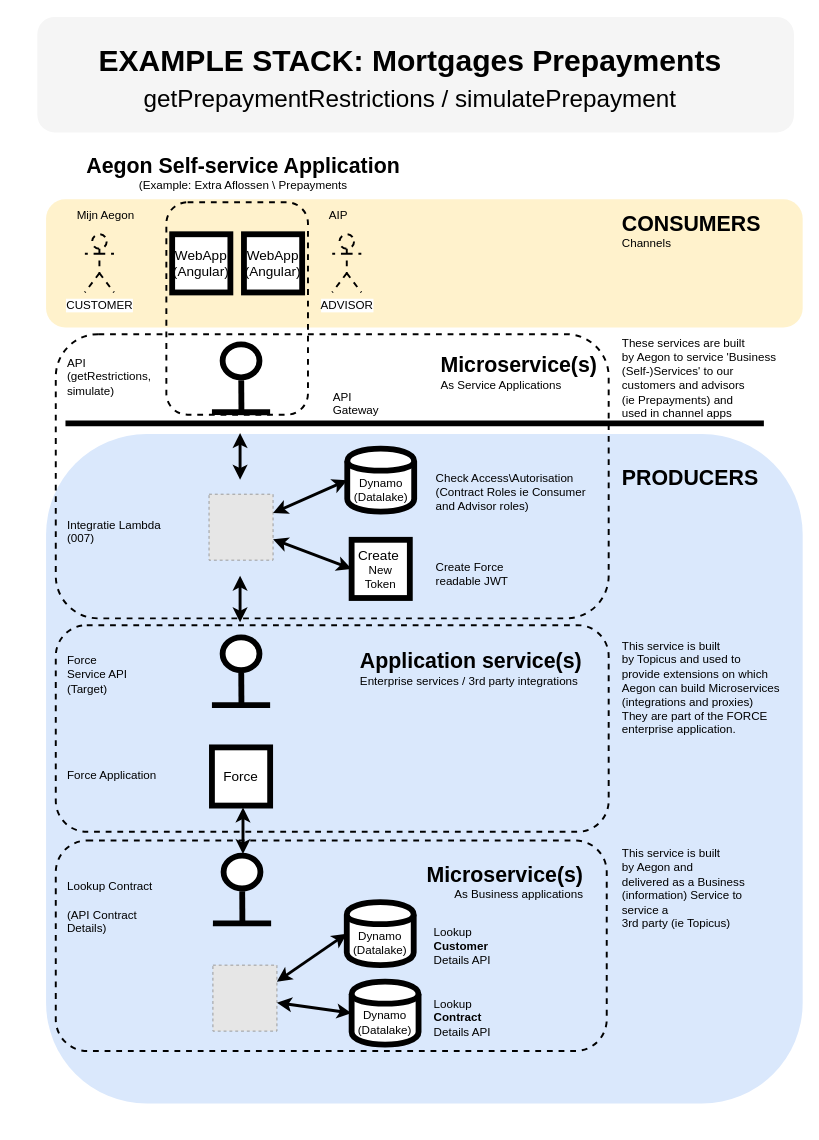
luchthandel/diagrams keeps this draw.io diagram as apis_in_remedy.drawio. Above is the earlier version. Source tidied: cells renumbered, new cells numbered last; positions are measured from the earlier drawing's top-left corner, leaving out a move shared by most shapes. Both pictures are drawn from the tidied source at 97%, with x=0, y=0 at pixel (16, 16). Pictures stored in the file or linked from it are replaced by grey dashed boxes.
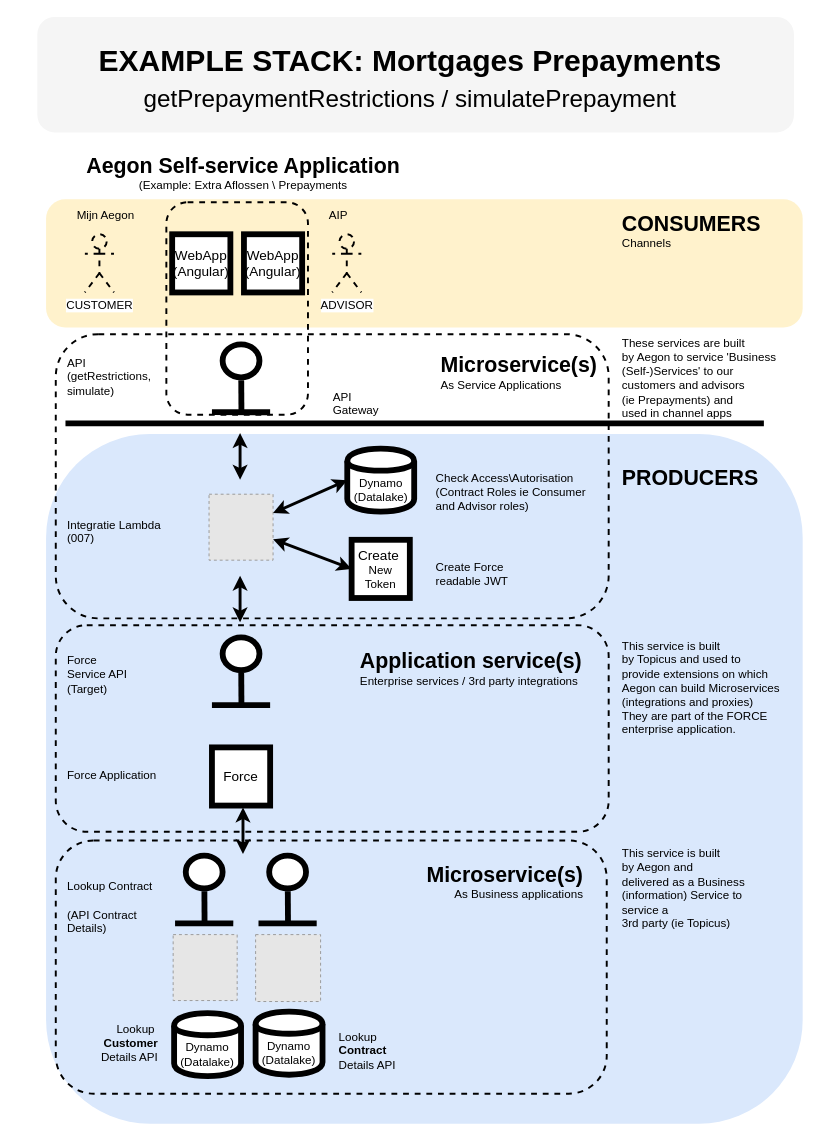
After the change.

Change to the diagram source:
```diff
@@
     <mxCell id="2" style="rounded=1;whiteSpace=wrap;html=1;strokeWidth=6;fillColor=#dae8fc;strokeColor=none;" parent="1" vertex="1">
-      <mxGeometry x="30" y="430" width="780" height="690" as="geometry" />
+      <mxGeometry x="30" y="430" width="780" height="711" as="geometry" />
     </mxCell>
+    <mxCell id="62" style="fillColor=#E6E6E6;strokeColor=#999999;dashed=1;verticalLabelPosition=bottom;labelBackgroundColor=#ffffff;verticalAlign=top;" parent="1" vertex="1">
+      <mxGeometry x="246" y="946" width="67" height="69" as="geometry" />
+    </mxCell>
     <mxCell id="3" style="rounded=1;whiteSpace=wrap;html=1;strokeWidth=2;dashed=1;strokeColor=#000000;fillColor=none;" parent="1" vertex="1">
-      <mxGeometry x="40" y="849" width="568" height="217" as="geometry" />
+      <mxGeometry x="40" y="849" width="568" height="261" as="geometry" />
     </mxCell>
@@
     <mxCell id="18" style="fillColor=#E6E6E6;strokeColor=#999999;dashed=1;verticalLabelPosition=bottom;labelBackgroundColor=#ffffff;verticalAlign=top;" parent="1" vertex="1">
-      <mxGeometry x="202" y="977.5" width="66" height="68" as="geometry" />
+      <mxGeometry x="161" y="946" width="66" height="68" as="geometry" />
     </mxCell>
     <mxCell id="19" value="Dynamo&lt;br&gt;(Datalake)&lt;br&gt;" style="shape=cylinder;whiteSpace=wrap;html=1;boundedLbl=1;backgroundOutline=1;strokeWidth=6;" parent="1" vertex="1">
-      <mxGeometry x="345" y="994.5" width="69" height="65" as="geometry" />
+      <mxGeometry x="162" y="1027" width="69" height="65" as="geometry" />
     </mxCell>
@@
     <mxCell id="29" value="Lookup &lt;br&gt;&lt;b&gt;Contract&lt;/b&gt;&lt;br&gt;Details API&lt;br&gt;" style="text;html=1;" parent="1" vertex="1">
-      <mxGeometry x="427.5" y="1004" width="80" height="30" as="geometry" />
+      <mxGeometry x="330" y="1038" width="80" height="30" as="geometry" />
     </mxCell>
-    <mxCell id="30" style="group;strokeWidth=6;" parent="1" vertex="1">
-      <mxGeometry x="202" y="878.5" width="60" height="56" as="geometry" />
-    </mxCell>
-    <mxCell id="31" style="endArrow=none;html=1;strokeWidth=6;" parent="30" edge="1">
-      <mxGeometry relative="1" as="geometry">
-        <mxPoint x="30.4" y="55.9" as="sourcePoint" />
-        <mxPoint x="30.2" y="22.9" as="targetPoint" />
-      </mxGeometry>
-    </mxCell>
-    <mxCell id="32" style="endArrow=none;html=1;strokeWidth=6;" parent="30" edge="1">
-      <mxGeometry relative="1" as="geometry">
-        <mxPoint y="55.9" as="sourcePoint" />
-        <mxPoint x="60" y="56" as="targetPoint" />
-      </mxGeometry>
-    </mxCell>
-    <mxCell id="33" style="ellipse;whiteSpace=wrap;html=1;strokeWidth=6;fillColor=#ffffff;strokeColor=#000000;" parent="1" vertex="1">
-      <mxGeometry x="213" y="864.5" width="38" height="34" as="geometry" />
-    </mxCell>
@@
-    <mxCell id="55" style="endArrow=classic;startArrow=classic;html=1;strokeWidth=3;fontSize=5;entryX=0;entryY=0.5;entryDx=0;entryDy=0;" parent="1" edge="1" source="18" target="19">
-      <mxGeometry relative="1" as="geometry" />
-    </mxCell>
@@
-    <mxCell id="59" style="endArrow=classic;startArrow=classic;html=1;strokeWidth=3;fontSize=5;entryX=0;entryY=0.5;entryDx=0;entryDy=0;exitX=1;exitY=0.25;exitDx=0;exitDy=0;" parent="1" edge="1" source="18" target="60">
-      <mxGeometry relative="1" as="geometry" />
-    </mxCell>
     <mxCell id="60" value="Dynamo&lt;br&gt;(Datalake)&lt;br&gt;" style="shape=cylinder;whiteSpace=wrap;html=1;boundedLbl=1;backgroundOutline=1;strokeWidth=6;" parent="1" vertex="1">
-      <mxGeometry x="340" y="912.5" width="69" height="65" as="geometry" />
+      <mxGeometry x="246" y="1025.5" width="69" height="65" as="geometry" />
     </mxCell>
-    <mxCell id="61" value="Lookup &lt;br&gt;&lt;b&gt;Customer&lt;/b&gt;&lt;br&gt;Details API&lt;br&gt;" style="text;html=1;" parent="1" vertex="1">
-      <mxGeometry x="427.5" y="930" width="80" height="30" as="geometry" />
+    <mxCell id="61" value="&lt;div style=&quot;text-align: right&quot;&gt;&lt;span&gt;Lookup&amp;nbsp;&lt;/span&gt;&lt;/div&gt;&lt;b&gt;&lt;div style=&quot;text-align: right&quot;&gt;&lt;b&gt;Customer&lt;/b&gt;&lt;/div&gt;&lt;/b&gt;&lt;div style=&quot;text-align: right&quot;&gt;&lt;span&gt;Details API&lt;/span&gt;&lt;/div&gt;" style="text;html=1;" parent="1" vertex="1">
+      <mxGeometry x="85" y="1029.5" width="80" height="30" as="geometry" />
     </mxCell>
+    <mxCell id="63" style="group;" parent="1" vertex="1">
+      <mxGeometry x="249" y="864.5" width="60" height="70" as="geometry" />
+    </mxCell>
+    <mxCell id="64" style="group;strokeWidth=6;" parent="63" vertex="1">
+      <mxGeometry y="14" width="60" height="56" as="geometry" />
+    </mxCell>
+    <mxCell id="65" style="endArrow=none;html=1;strokeWidth=6;" parent="64" edge="1">
+      <mxGeometry relative="1" as="geometry">
+        <mxPoint x="30.4" y="55.9" as="sourcePoint" />
+        <mxPoint x="30.2" y="22.9" as="targetPoint" />
+      </mxGeometry>
+    </mxCell>
+    <mxCell id="66" style="endArrow=none;html=1;strokeWidth=6;" parent="64" edge="1">
+      <mxGeometry relative="1" as="geometry">
+        <mxPoint y="55.9" as="sourcePoint" />
+        <mxPoint x="60" y="56" as="targetPoint" />
+      </mxGeometry>
+    </mxCell>
+    <mxCell id="67" style="ellipse;whiteSpace=wrap;html=1;strokeWidth=6;fillColor=#ffffff;strokeColor=#000000;" parent="63" vertex="1">
+      <mxGeometry x="11" width="38" height="34" as="geometry" />
+    </mxCell>
+    <mxCell id="68" style="group;" parent="1" vertex="1">
+      <mxGeometry x="163" y="864.5" width="60" height="70" as="geometry" />
+    </mxCell>
+    <mxCell id="30" style="group;strokeWidth=6;" parent="68" vertex="1">
+      <mxGeometry y="14" width="60" height="56" as="geometry" />
+    </mxCell>
+    <mxCell id="31" style="endArrow=none;html=1;strokeWidth=6;" parent="30" edge="1">
+      <mxGeometry relative="1" as="geometry">
+        <mxPoint x="30.4" y="55.9" as="sourcePoint" />
+        <mxPoint x="30.2" y="22.9" as="targetPoint" />
+      </mxGeometry>
+    </mxCell>
+    <mxCell id="32" style="endArrow=none;html=1;strokeWidth=6;" parent="30" edge="1">
+      <mxGeometry relative="1" as="geometry">
+        <mxPoint y="55.9" as="sourcePoint" />
+        <mxPoint x="60" y="56" as="targetPoint" />
+      </mxGeometry>
+    </mxCell>
+    <mxCell id="33" style="ellipse;whiteSpace=wrap;html=1;strokeWidth=6;fillColor=#ffffff;strokeColor=#000000;" parent="68" vertex="1">
+      <mxGeometry x="11" width="38" height="34" as="geometry" />
+    </mxCell>
```
